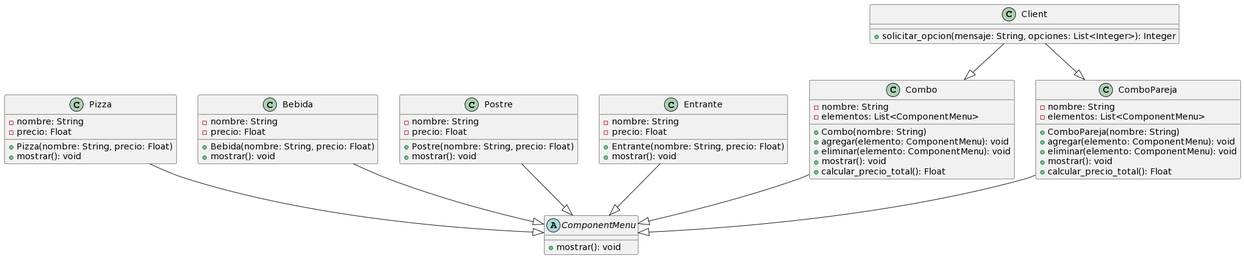
Before: UML/umlpizza.png, a diagram exported from PlantUML (albabernal03/patrones_creacionales).
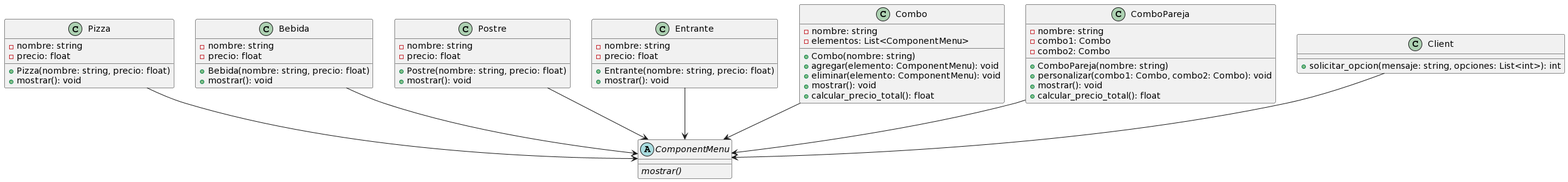
The same diagram one commit later.

What changed in the source:
```diff
@@ -1,67 +1,65 @@
 @startuml
 abstract class ComponentMenu {
-  +mostrar(): void
+  {abstract} mostrar()
 }
 
 class Pizza {
-  -nombre: String
-  -precio: Float
-  +Pizza(nombre: String, precio: Float)
-  +mostrar(): void
+  - nombre: string
+  - precio: float
+  + Pizza(nombre: string, precio: float)
+  + mostrar(): void
 }
 
 class Bebida {
-  -nombre: String
-  -precio: Float
-  +Bebida(nombre: String, precio: Float)
-  +mostrar(): void
+  - nombre: string
+  - precio: float
+  + Bebida(nombre: string, precio: float)
+  + mostrar(): void
 }
 
 class Postre {
-  -nombre: String
-  -precio: Float
-  +Postre(nombre: String, precio: Float)
-  +mostrar(): void
+  - nombre: string
+  - precio: float
+  + Postre(nombre: string, precio: float)
+  + mostrar(): void
 }
 
 class Entrante {
-  -nombre: String
-  -precio: Float
-  +Entrante(nombre: String, precio: Float)
-  +mostrar(): void
+  - nombre: string
+  - precio: float
+  + Entrante(nombre: string, precio: float)
+  + mostrar(): void
 }
 
 class Combo {
-  -nombre: String
-  -elementos: List<ComponentMenu>
-  +Combo(nombre: String)
-  +agregar(elemento: ComponentMenu): void
-  +eliminar(elemento: ComponentMenu): void
-  +mostrar(): void
-  +calcular_precio_total(): Float
+  - nombre: string
+  - elementos: List<ComponentMenu>
+  + Combo(nombre: string)
+  + agregar(elemento: ComponentMenu): void
+  + eliminar(elemento: ComponentMenu): void
+  + mostrar(): void
+  + calcular_precio_total(): float
 }
 
 class ComboPareja {
-  -nombre: String
-  -elementos: List<ComponentMenu>
-  +ComboPareja(nombre: String)
-  +agregar(elemento: ComponentMenu): void
-  +eliminar(elemento: ComponentMenu): void
-  +mostrar(): void
-  +calcular_precio_total(): Float
+  - nombre: string
+  - combo1: Combo
+  - combo2: Combo
+  + ComboPareja(nombre: string)
+  + personalizar(combo1: Combo, combo2: Combo): void
+  + mostrar(): void
+  + calcular_precio_total(): float
 }
 
 class Client {
-  +solicitar_opcion(mensaje: String, opciones: List<Integer>): Integer
+  + solicitar_opcion(mensaje: string, opciones: List<int>): int
 }
 
-Pizza --|> ComponentMenu
-Bebida --|> ComponentMenu
-Postre --|> ComponentMenu
-Entrante --|> ComponentMenu
-Combo --|> ComponentMenu
-ComboPareja --|> ComponentMenu
-
-Client --|> Combo
-Client --|> ComboPareja
+Client --> ComponentMenu
+Pizza --> ComponentMenu
+Bebida --> ComponentMenu
+Postre --> ComponentMenu
+Entrante --> ComponentMenu
+Combo --> ComponentMenu
+ComboPareja --> ComponentMenu
 @enduml
```
